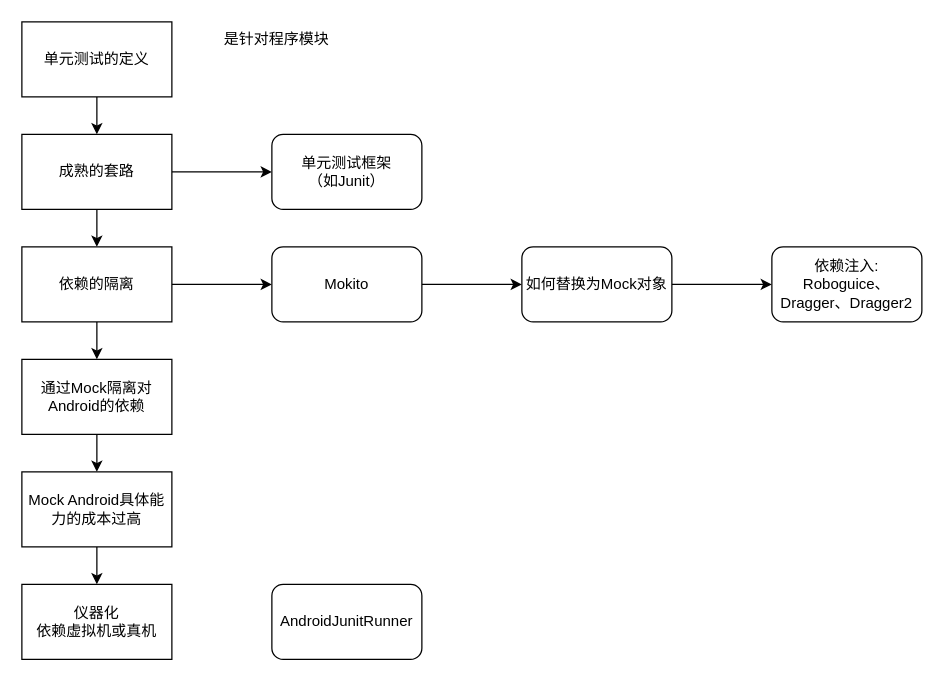
walkwall/drawing keeps this draw.io diagram as 单元测试.drawio. Above is the earlier version. Source tidied: cells renumbered, new cells numbered last; positions are measured from the earlier drawing's top-left corner, leaving out a move shared by most shapes. Both pictures are drawn from the tidied source at 125%, with x=0, y=0 at pixel (21, 21).
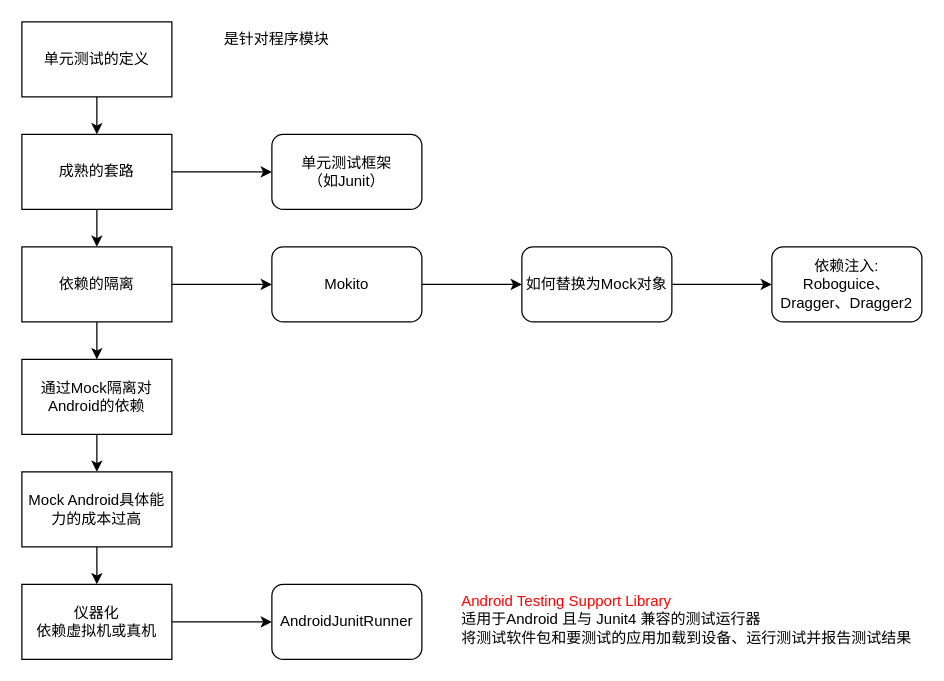
After the change.

The change refers to these unchanged cells:
```xml
<mxCell id="14" value="仪器化&lt;br&gt;依赖虚拟机或真机&lt;br&gt;" style="rounded=0;whiteSpace=wrap;html=1;" parent="1" vertex="1">
  <mxGeometry y="450" width="120" height="60" as="geometry" />
</mxCell>
<mxCell id="22" value="AndroidJunitRunner&lt;br&gt;" style="rounded=1;whiteSpace=wrap;html=1;align=center;" parent="1" vertex="1">
  <mxGeometry x="200" y="450" width="120" height="60" as="geometry" />
</mxCell>
```

Change to the diagram source:
```diff
@@
+    <mxCell id="23" style="edgeStyle=orthogonalEdgeStyle;rounded=0;jettySize=auto;html=1;" parent="1" edge="1" source="14" target="22">
+      <mxGeometry relative="1" as="geometry" />
+    </mxCell>
@@
+    <mxCell id="24" value="&lt;font color=&quot;#ff0000&quot;&gt;Android Testing Support Library&lt;br&gt;&lt;/font&gt;适用于Android 且与 Junit4 兼容的测试运行器&lt;br&gt;将测试软件包和要测试的应用加载到设备、运行测试并报告测试结果&lt;br&gt;" style="text;html=1;strokeColor=none;fillColor=none;align=left;verticalAlign=top;whiteSpace=wrap;rounded=0;imageVerticalAlign=middle;" parent="1" vertex="1">
+      <mxGeometry x="350" y="450" width="370" height="60" as="geometry" />
+    </mxCell>
```
